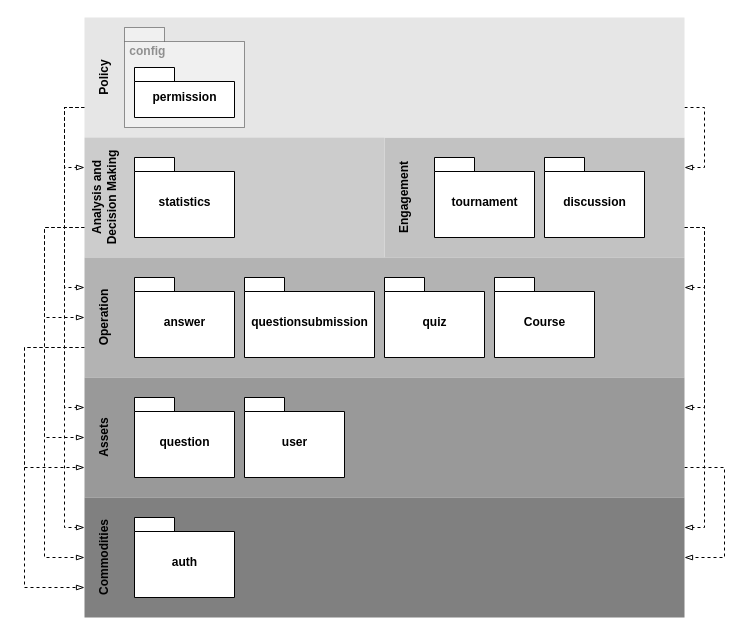
The draw.io diagram documentation/draw.io projects/Responsability Layered View Primary Presentation.drawio in dmmnjaws/ASoft-2020-2021-quizzes-tutor-arquitecture-documentation, before the edit. Source tidied: cells renumbered, new cells numbered last; positions are measured from the earlier drawing's top-left corner, leaving out a move shared by most shapes. Both pictures are drawn from the tidied source at 100%, with x=0, y=0 at pixel (24, 17).
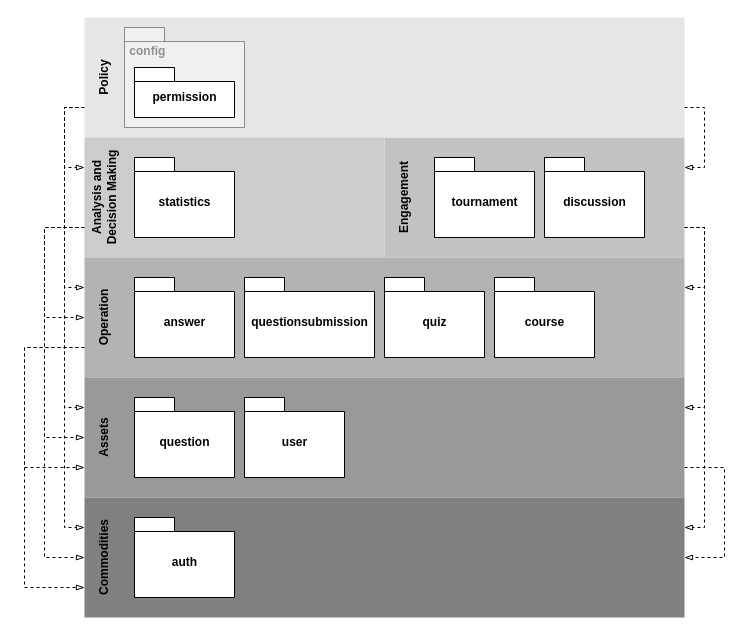
After the change.

The edit, as a diff of the source:
```diff
@@
-    <mxCell id="39" value="Course" style="shape=folder;fontStyle=1;spacingTop=10;tabWidth=40;tabHeight=14;tabPosition=left;html=1;fillColor=#FFFFFF;" parent="1" vertex="1">
+    <mxCell id="39" value="course" style="shape=folder;fontStyle=1;spacingTop=10;tabWidth=40;tabHeight=14;tabPosition=left;html=1;fillColor=#FFFFFF;" parent="1" vertex="1">
       <mxGeometry x="470" y="260" width="100" height="80" as="geometry" />
     </mxCell>
```
